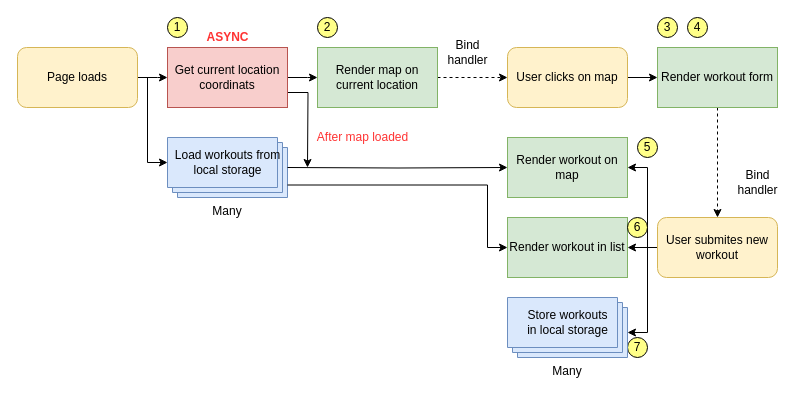
The draw.io diagram 15-Mapty/starter/Untitled Diagram.drawio in zhangji0810/complete-javascript-course, before the edit. Source tidied: cells renumbered, new cells numbered last; positions are measured from the earlier drawing's top-left corner, leaving out a move shared by most shapes. Both pictures are drawn from the tidied source at 100%, with x=0, y=0 at pixel (17, 17).
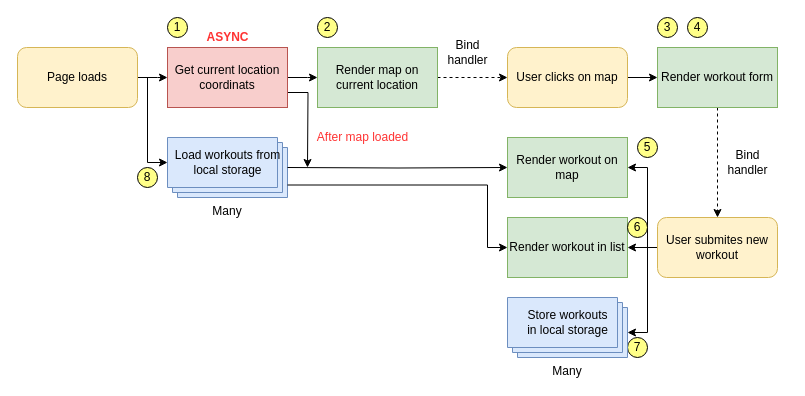
The same page after the edit.

Commit message:
finish flowchart

What changed in the source:
```diff
@@
     <mxCell id="24" value="Bind &lt;br&gt;handler" style="text;html=1;align=center;verticalAlign=middle;fillColor=none;strokeColor=none;rounded=0;" parent="1" vertex="1">
-      <mxGeometry x="710" y="150" width="60" height="30" as="geometry" />
+      <mxGeometry x="700" y="130" width="60" height="30" as="geometry" />
     </mxCell>
@@
+    <mxCell id="39" value="8" style="ellipse;whiteSpace=wrap;html=1;fillColor=#ffff88;" parent="1" vertex="1">
+      <mxGeometry x="120" y="150" width="20" height="20" as="geometry" />
+    </mxCell>
```
